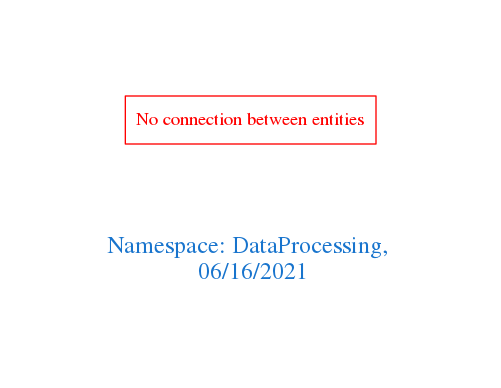
Earlier version of the Graphviz export downloads/DataProcessing.png (arago/OGIT). Its source is kept beside it as downloads/DataProcessing.dot.
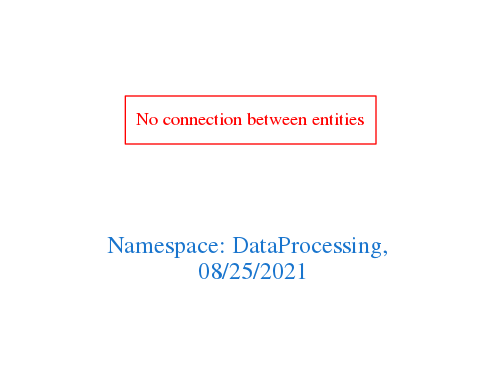
Above is the later version.

The edit, as a diff of the source:
```diff
@@ -1,7 +1,7 @@
 digraph OGIT_ontology {
  graph [ rankdir= LR,pad=1
 fontsize = 18,
-fontcolor= dodgerblue3,label = "\n\n\nNamespace: DataProcessing, \n 06/16/2021"];
+fontcolor= dodgerblue3,label = "\n\n\nNamespace: DataProcessing, \n 08/25/2021"];
 node[shape=polygon];
 edge [  color="gray81"];
 
```
